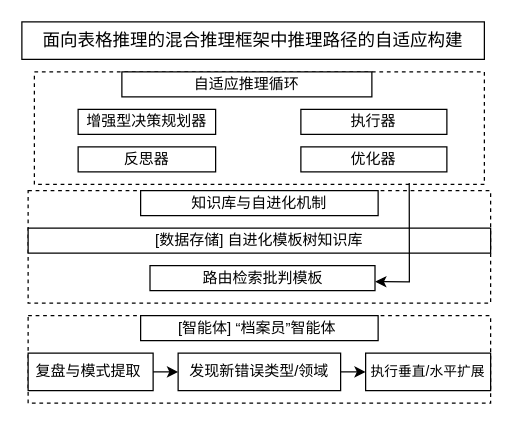
Earlier version of the draw.io diagram results/未命名绘图.drawio (yesifu-1/data-store). Source tidied: cells renumbered, new cells numbered last; positions are measured from the earlier drawing's top-left corner, leaving out a move shared by most shapes. Both pictures are drawn from the tidied source at 125%, with x=0, y=0 at pixel (21, 21).
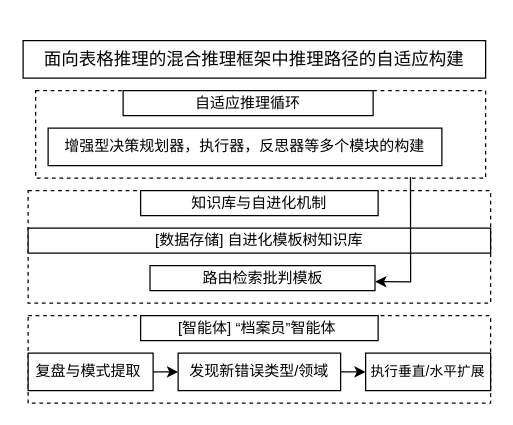
The same diagram, later.

Unchanged cells that the change refers to:
```xml
<mxCell id="11" value="路由检索批判模板" style="rounded=0;whiteSpace=wrap;html=1;" parent="1" vertex="1">
  <mxGeometry x="102.5" y="195" width="180" height="20" as="geometry" />
</mxCell>
```

Diff of the diagram source:
```diff
@@
     <mxCell id="2" style="rounded=0;whiteSpace=wrap;html=1;dashed=1;" parent="1" vertex="1">
-      <mxGeometry x="10" y="40" width="360" height="90" as="geometry" />
+      <mxGeometry x="11" y="55" width="360" height="70" as="geometry" />
     </mxCell>
@@
     <mxCell id="5" value="&lt;font style=&quot;font-size: 14px;&quot;&gt;面向表格推理的混合推理框架中推理路径的自适应构建&lt;/font&gt;" style="rounded=0;whiteSpace=wrap;html=1;" parent="1" vertex="1">
-      <mxGeometry width="370" height="30" as="geometry" />
+      <mxGeometry x="1" y="15" width="370" height="30" as="geometry" />
     </mxCell>
     <mxCell id="6" value="自适应推理循环" style="rounded=0;whiteSpace=wrap;html=1;" parent="1" vertex="1">
-      <mxGeometry x="80" y="40" width="200" height="20" as="geometry" />
+      <mxGeometry x="81" y="55" width="200" height="20" as="geometry" />
     </mxCell>
-    <mxCell id="7" value="增强型决策规划器 " style="rounded=0;whiteSpace=wrap;html=1;" parent="1" vertex="1">
-      <mxGeometry x="45" y="70" width="110" height="20" as="geometry" />
+    <mxCell id="7" value="增强型决策规划器，执行器，反思器等多个模块的构建" style="rounded=0;whiteSpace=wrap;html=1;" parent="1" vertex="1">
+      <mxGeometry x="21" y="85" width="315" height="30" as="geometry" />
     </mxCell>
-    <mxCell id="8" value="执行器" style="rounded=0;whiteSpace=wrap;html=1;" parent="1" vertex="1">
-      <mxGeometry x="223.2" y="70" width="116.8" height="20" as="geometry" />
-    </mxCell>
@@
-    <mxCell id="18" value="反思器" style="rounded=0;whiteSpace=wrap;html=1;" parent="1" vertex="1">
-      <mxGeometry x="45" y="100" width="110" height="20" as="geometry" />
-    </mxCell>
     <mxCell id="19" style="endArrow=classic;html=1;rounded=0;exitX=0.833;exitY=0.987;exitDx=0;exitDy=0;entryX=1.001;entryY=0.64;entryDx=0;entryDy=0;entryPerimeter=0;exitPerimeter=0;" parent="1" edge="1" source="2" target="11">
       <mxGeometry relative="1" as="geometry">
         <Array as="points">
-          <mxPoint x="310" y="208" />
+          <mxPoint x="311" y="208" />
         </Array>
       </mxGeometry>
     </mxCell>
-    <mxCell id="20" value="优化器" style="rounded=0;whiteSpace=wrap;html=1;" parent="1" vertex="1">
-      <mxGeometry x="223.2" y="100" width="116.8" height="20" as="geometry" />
-    </mxCell>
```
